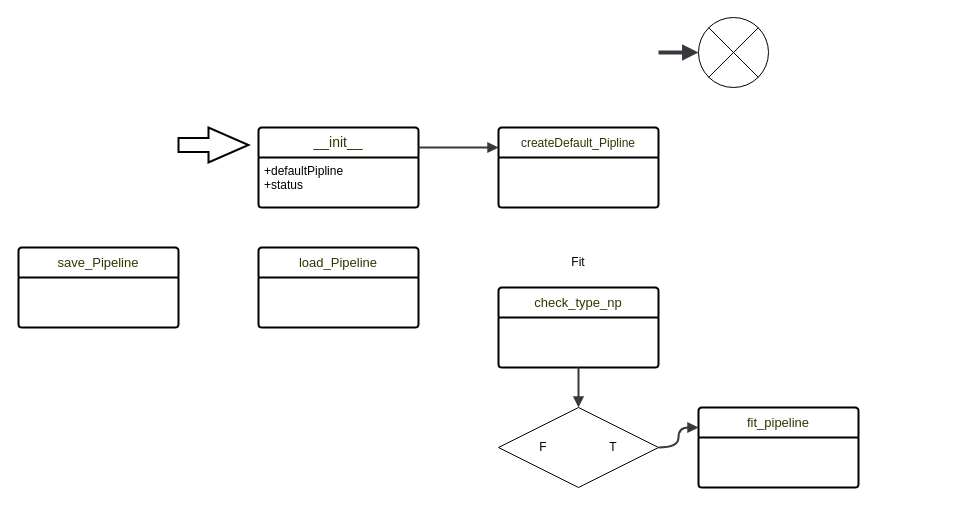
The draw.io diagram page "Алгорим" (2 of 2) of Diagrams.drawio in Dimitriy200/diplom_autoencoder, before the edit. Source tidied: cells renumbered, new cells numbered last; positions are measured from the earlier drawing's top-left corner, leaving out a move shared by most shapes. Both pictures are drawn from the tidied source at 100%, with x=0, y=0 at pixel (18, 17).
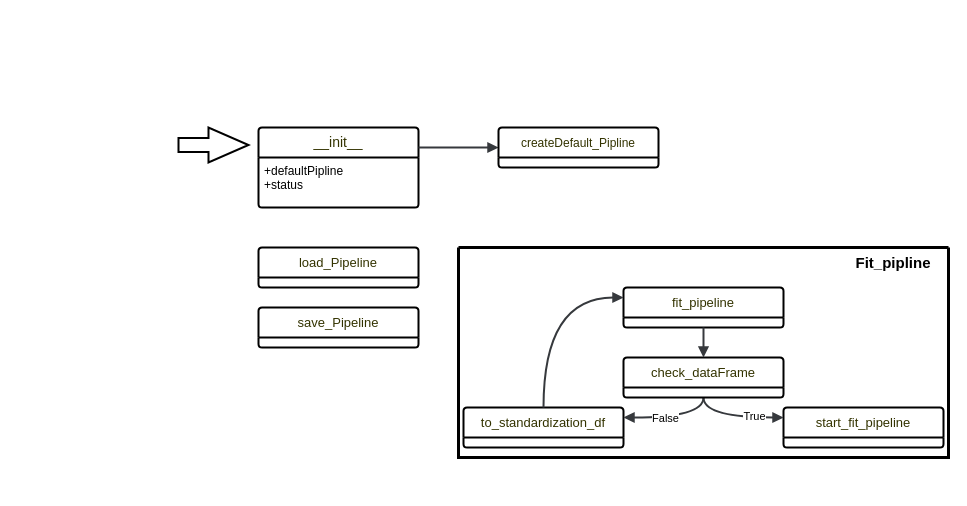
After the change.

Unchanged cells that the change refers to:
```xml
<mxCell id="3" value="&lt;font color=&quot;#333300&quot;&gt;__init__&lt;/font&gt;" style="swimlane;horizontal=1;startSize=30;rounded=1;fontSize=14;fontStyle=0;strokeWidth=2;shadow=0;dashed=0;align=center;arcSize=4;whiteSpace=wrap;html=1;" parent="1" vertex="1">
  <mxGeometry x="240" y="110" width="160" height="80" as="geometry" />
</mxCell>
```

Diff of the diagram source:
```diff
@@
     <mxCell id="5" value="&lt;font color=&quot;#333300&quot; style=&quot;font-size: 13px;&quot;&gt;save_Pipeline&lt;/font&gt;" style="swimlane;horizontal=1;startSize=30;rounded=1;fontSize=14;fontStyle=0;strokeWidth=2;shadow=0;dashed=0;align=center;arcSize=4;whiteSpace=wrap;html=1;" parent="1" vertex="1">
-      <mxGeometry y="230" width="160" height="80" as="geometry" />
+      <mxGeometry x="240" y="290" width="160" height="40" as="geometry" />
     </mxCell>
     <mxCell id="6" value="&lt;font color=&quot;#333300&quot; style=&quot;font-size: 13px;&quot;&gt;load_Pipeline&lt;/font&gt;" style="swimlane;horizontal=1;startSize=30;rounded=1;fontSize=14;fontStyle=0;strokeWidth=2;shadow=0;dashed=0;align=center;arcSize=4;whiteSpace=wrap;html=1;" parent="1" vertex="1">
-      <mxGeometry x="240" y="230" width="160" height="80" as="geometry" />
+      <mxGeometry x="240" y="230" width="160" height="40" as="geometry" />
     </mxCell>
-    <mxCell id="7" value="&lt;font color=&quot;#333300&quot; style=&quot;font-size: 13px;&quot;&gt;fit_pipeline&lt;/font&gt;" style="swimlane;horizontal=1;startSize=30;rounded=1;fontSize=14;fontStyle=0;strokeWidth=2;shadow=0;dashed=0;align=center;arcSize=4;whiteSpace=wrap;html=1;" parent="1" vertex="1">
-      <mxGeometry x="680" y="390" width="160" height="80" as="geometry" />
-    </mxCell>
-    <mxCell id="8" style="html=1;verticalAlign=bottom;endArrow=block;rounded=0;strokeWidth=2;fillColor=#cdeb8b;strokeColor=#36393d;exitX=1;exitY=0.25;exitDx=0;exitDy=0;entryX=0;entryY=0.25;entryDx=0;entryDy=0;" parent="1" edge="1" source="3" target="9">
+    <mxCell id="8" style="html=1;verticalAlign=bottom;endArrow=block;rounded=0;strokeWidth=2;fillColor=#cdeb8b;strokeColor=#36393d;exitX=1;exitY=0.25;exitDx=0;exitDy=0;entryX=0;entryY=0.5;entryDx=0;entryDy=0;edgeStyle=orthogonalEdgeStyle;curved=1;" parent="1" edge="1" source="3" target="9">
       <mxGeometry relative="1" as="geometry" />
     </mxCell>
     <mxCell id="9" value="&lt;font color=&quot;#333300&quot; style=&quot;font-size: 12px;&quot;&gt;createDefault_Pipline&lt;/font&gt;" style="swimlane;horizontal=1;startSize=30;rounded=1;fontSize=14;fontStyle=0;strokeWidth=2;shadow=0;dashed=0;align=center;arcSize=4;whiteSpace=wrap;html=1;" parent="1" vertex="1">
-      <mxGeometry x="480" y="110" width="160" height="80" as="geometry" />
+      <mxGeometry x="480" y="110" width="160" height="40" as="geometry" />
     </mxCell>
-    <mxCell id="10" style="verticalLabelPosition=bottom;verticalAlign=top;html=1;shape=mxgraph.flowchart.or;" parent="1" vertex="1">
-      <mxGeometry x="680" width="70" height="70" as="geometry" />
-    </mxCell>
-    <mxCell id="11" style="html=1;verticalAlign=bottom;endArrow=block;rounded=0;strokeWidth=4;fillColor=#cdeb8b;strokeColor=#36393d;exitX=1;exitY=0.5;exitDx=0;exitDy=0;entryX=0;entryY=0.5;entryDx=0;entryDy=0;entryPerimeter=0;" parent="1" edge="1" target="10">
-      <mxGeometry relative="1" as="geometry">
-        <mxPoint x="640" y="35" as="sourcePoint" />
-      </mxGeometry>
-    </mxCell>
+    <mxCell id="19" style="swimlane;startSize=0;strokeWidth=3;" parent="1" vertex="1">
+      <mxGeometry x="440" y="230" width="490" height="210" as="geometry" />
+    </mxCell>
+    <mxCell id="7" value="&lt;font color=&quot;#333300&quot;&gt;&lt;span style=&quot;font-size: 13px;&quot;&gt;start_fit_pipeline&lt;/span&gt;&lt;/font&gt;" style="swimlane;horizontal=1;startSize=30;rounded=1;fontSize=14;fontStyle=0;strokeWidth=2;shadow=0;dashed=0;align=center;arcSize=4;whiteSpace=wrap;html=1;" parent="19" vertex="1">
+      <mxGeometry x="325" y="160" width="160" height="40" as="geometry" />
+    </mxCell>
-    <mxCell id="12" value="&lt;font color=&quot;#333300&quot;&gt;&lt;span style=&quot;font-size: 13px;&quot;&gt;check_type_np&lt;/span&gt;&lt;/font&gt;" style="swimlane;horizontal=1;startSize=30;rounded=1;fontSize=14;fontStyle=0;strokeWidth=2;shadow=0;dashed=0;align=center;arcSize=4;whiteSpace=wrap;html=1;" parent="1" vertex="1">
-      <mxGeometry x="480" y="270" width="160" height="80" as="geometry" />
+    <mxCell id="12" value="&lt;span style=&quot;color: rgb(51, 51, 0); font-size: 13px;&quot;&gt;fit_pipeline&lt;/span&gt;" style="swimlane;horizontal=1;startSize=30;rounded=1;fontSize=14;fontStyle=0;strokeWidth=2;shadow=0;dashed=0;align=center;arcSize=4;whiteSpace=wrap;html=1;" parent="19" vertex="1">
+      <mxGeometry x="165" y="40" width="160" height="40" as="geometry" />
     </mxCell>
-    <mxCell id="13" style="rhombus;whiteSpace=wrap;html=1;" parent="1" vertex="1">
-      <mxGeometry x="480" y="390" width="160" height="80" as="geometry" />
-    </mxCell>
-    <mxCell id="14" style="html=1;verticalAlign=bottom;endArrow=block;rounded=0;strokeWidth=2;fillColor=#cdeb8b;strokeColor=#36393d;exitX=0.5;exitY=1;exitDx=0;exitDy=0;" parent="1" edge="1" source="12">
-      <mxGeometry relative="1" as="geometry">
-        <mxPoint x="560" y="390" as="targetPoint" />
-      </mxGeometry>
-    </mxCell>
-    <mxCell id="15" value="T" style="text;html=1;align=center;verticalAlign=middle;whiteSpace=wrap;rounded=0;" parent="1" vertex="1">
-      <mxGeometry x="580" y="415" width="30" height="30" as="geometry" />
-    </mxCell>
-    <mxCell id="16" value="F" style="text;html=1;align=center;verticalAlign=middle;whiteSpace=wrap;rounded=0;" parent="1" vertex="1">
-      <mxGeometry x="510" y="415" width="30" height="30" as="geometry" />
-    </mxCell>
-    <mxCell id="17" style="html=1;verticalAlign=bottom;endArrow=block;rounded=0;strokeWidth=2;fillColor=#cdeb8b;strokeColor=#36393d;exitX=1;exitY=0.5;exitDx=0;exitDy=0;entryX=0;entryY=0.25;entryDx=0;entryDy=0;edgeStyle=orthogonalEdgeStyle;curved=1;" parent="1" edge="1" source="13" target="7">
+    <mxCell id="17" style="html=1;verticalAlign=bottom;endArrow=block;rounded=0;strokeWidth=2;fillColor=#cdeb8b;strokeColor=#36393d;exitX=0.5;exitY=1;exitDx=0;exitDy=0;entryX=0;entryY=0.25;entryDx=0;entryDy=0;edgeStyle=orthogonalEdgeStyle;curved=1;" parent="19" edge="1" source="24" target="7">
       <mxGeometry relative="1" as="geometry" />
     </mxCell>
+    <mxCell id="20" value="True" style="edgeLabel;html=1;align=center;verticalAlign=middle;" parent="17" vertex="1">
+      <mxGeometry x="0.39" y="2" relative="1" as="geometry" />
+    </mxCell>
+    <mxCell id="21" value="&lt;font color=&quot;#333300&quot;&gt;&lt;span style=&quot;font-size: 13px;&quot;&gt;to_standardization_df&lt;/span&gt;&lt;/font&gt;" style="swimlane;horizontal=1;startSize=30;rounded=1;fontSize=14;fontStyle=0;strokeWidth=2;shadow=0;dashed=0;align=center;arcSize=4;whiteSpace=wrap;html=1;" parent="19" vertex="1">
+      <mxGeometry x="5" y="160" width="160" height="40" as="geometry" />
+    </mxCell>
+    <mxCell id="22" style="html=1;verticalAlign=bottom;endArrow=block;rounded=0;strokeWidth=2;fillColor=#cdeb8b;strokeColor=#36393d;exitX=0.5;exitY=1;exitDx=0;exitDy=0;entryX=1;entryY=0.25;entryDx=0;entryDy=0;edgeStyle=orthogonalEdgeStyle;curved=1;" parent="19" edge="1" source="24" target="21">
+      <mxGeometry relative="1" as="geometry" />
+    </mxCell>
+    <mxCell id="23" value="False" style="edgeLabel;html=1;align=center;verticalAlign=middle;" parent="22" vertex="1">
+      <mxGeometry x="0.18" relative="1" as="geometry" />
+    </mxCell>
+    <mxCell id="24" value="&lt;span style=&quot;color: rgb(51, 51, 0); font-size: 13px;&quot;&gt;check_dataFrame&lt;/span&gt;" style="swimlane;horizontal=1;startSize=30;rounded=1;fontSize=14;fontStyle=0;strokeWidth=2;shadow=0;dashed=0;align=center;arcSize=4;whiteSpace=wrap;html=1;" parent="19" vertex="1">
+      <mxGeometry x="165" y="110" width="160" height="40" as="geometry" />
+    </mxCell>
+    <mxCell id="25" style="html=1;verticalAlign=bottom;endArrow=block;rounded=0;strokeWidth=2;fillColor=#cdeb8b;strokeColor=#36393d;exitX=0.5;exitY=1;exitDx=0;exitDy=0;entryX=0.5;entryY=0;entryDx=0;entryDy=0;edgeStyle=orthogonalEdgeStyle;curved=1;" parent="19" edge="1" source="12" target="24">
+      <mxGeometry relative="1" as="geometry" />
+    </mxCell>
+    <mxCell id="26" style="html=1;verticalAlign=bottom;endArrow=block;rounded=0;strokeWidth=2;fillColor=#cdeb8b;strokeColor=#36393d;exitX=0.5;exitY=0;exitDx=0;exitDy=0;entryX=0;entryY=0.25;entryDx=0;entryDy=0;edgeStyle=orthogonalEdgeStyle;curved=1;" parent="19" edge="1" source="21" target="12">
+      <mxGeometry relative="1" as="geometry" />
+    </mxCell>
-    <mxCell id="18" value="Fit" style="text;html=1;align=center;verticalAlign=middle;whiteSpace=wrap;rounded=0;" parent="1" vertex="1">
-      <mxGeometry x="530" y="230" width="60" height="30" as="geometry" />
+    <mxCell id="18" value="&lt;b&gt;&lt;font style=&quot;font-size: 15px;&quot;&gt;Fit_pipline&lt;/font&gt;&lt;/b&gt;" style="text;html=1;align=center;verticalAlign=middle;whiteSpace=wrap;rounded=0;" parent="19" vertex="1">
+      <mxGeometry x="380" width="110" height="30" as="geometry" />
     </mxCell>
```
